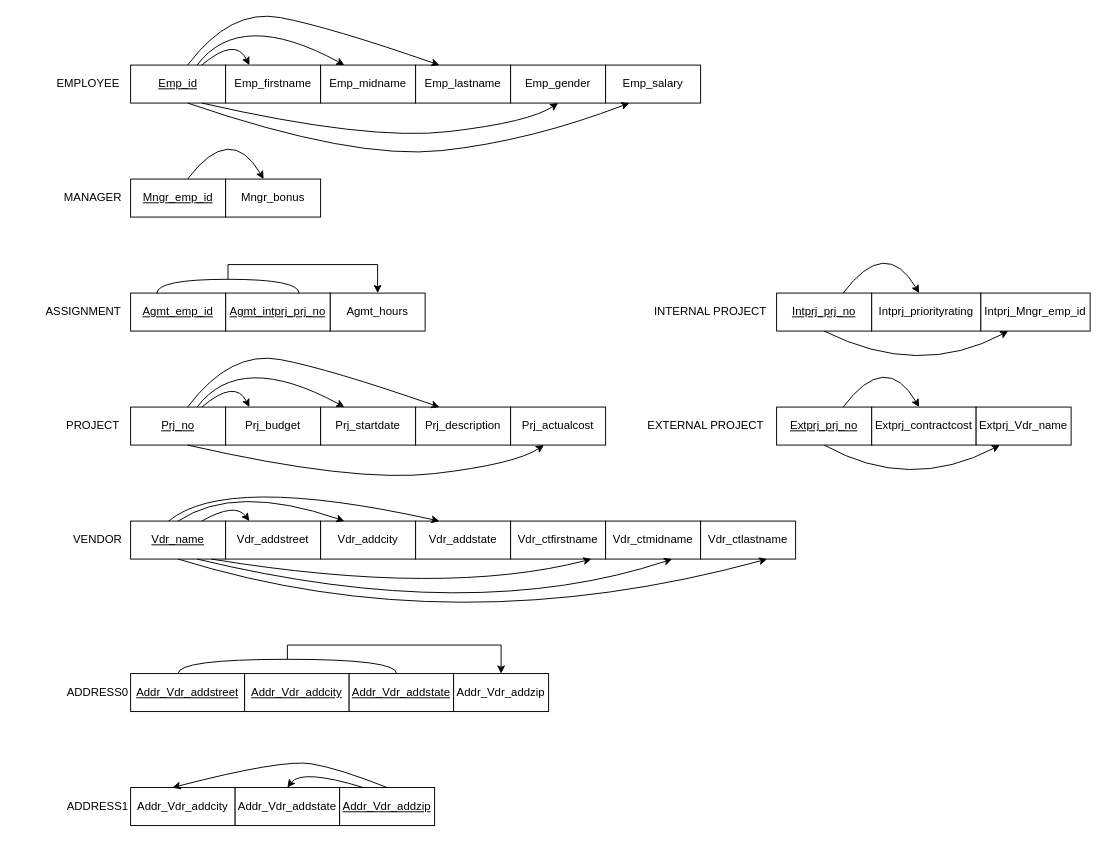
Earlier version of the draw.io diagram dd_v1.drawio (LarryChenCode/IS7020_diagrams). Source tidied: cells renumbered, new cells numbered last; positions are measured from the earlier drawing's top-left corner, leaving out a move shared by most shapes. Both pictures are drawn from the tidied source at 95%, with x=0, y=0 at pixel (35, 8).
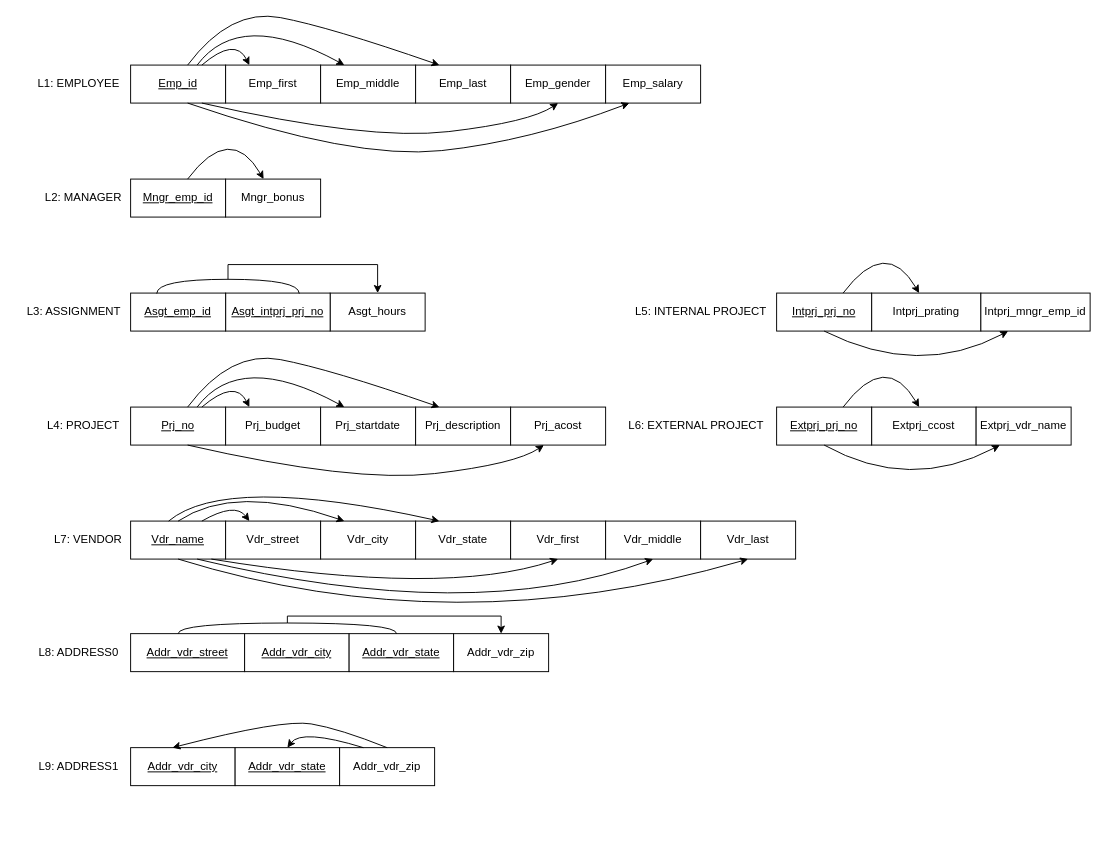
The same page after the edit.

Diff of the diagram source:
```diff
@@
-    <mxCell id="2" value="EMPLOYEE" style="text;html=1;align=center;verticalAlign=middle;strokeColor=none;fillColor=none;" parent="1" vertex="1">
-      <mxGeometry x="10" y="65" width="90" height="30" as="geometry" />
+    <mxCell id="2" value="L1: EMPLOYEE" style="text;html=1;align=center;verticalAlign=middle;strokeColor=none;fillColor=none;" parent="1" vertex="1">
+      <mxGeometry x="-10" y="65" width="110" height="30" as="geometry" />
     </mxCell>
@@
-    <mxCell id="4" value="Emp_firstname" style="whiteSpace=wrap;html=1;align=center;" parent="1" vertex="1">
+    <mxCell id="4" value="Emp_first" style="whiteSpace=wrap;html=1;align=center;" parent="1" vertex="1">
       <mxGeometry x="200" y="60" width="100" height="40" as="geometry" />
     </mxCell>
-    <mxCell id="5" value="Emp_midname" style="whiteSpace=wrap;html=1;align=center;" parent="1" vertex="1">
+    <mxCell id="5" value="Emp_middle" style="whiteSpace=wrap;html=1;align=center;" parent="1" vertex="1">
       <mxGeometry x="300" y="60" width="100" height="40" as="geometry" />
     </mxCell>
-    <mxCell id="6" value="Emp_lastname" style="whiteSpace=wrap;html=1;align=center;" parent="1" vertex="1">
+    <mxCell id="6" value="Emp_last" style="whiteSpace=wrap;html=1;align=center;" parent="1" vertex="1">
       <mxGeometry x="400" y="60" width="100" height="40" as="geometry" />
     </mxCell>
-    <mxCell id="7" value="MANAGER" style="text;html=1;align=center;verticalAlign=middle;strokeColor=none;fillColor=none;" parent="1" vertex="1">
-      <mxGeometry x="20" y="185" width="80" height="30" as="geometry" />
+    <mxCell id="7" value="L2: MANAGER" style="text;html=1;align=center;verticalAlign=middle;strokeColor=none;fillColor=none;" parent="1" vertex="1">
+      <mxGeometry y="185" width="100" height="30" as="geometry" />
     </mxCell>
@@
-    <mxCell id="10" value="ASSIGNMENT" style="text;html=1;align=center;verticalAlign=middle;strokeColor=none;fillColor=none;" parent="1" vertex="1">
-      <mxGeometry y="305" width="100" height="30" as="geometry" />
+    <mxCell id="10" value="L3: ASSIGNMENT" style="text;html=1;align=center;verticalAlign=middle;strokeColor=none;fillColor=none;" parent="1" vertex="1">
+      <mxGeometry x="-20" y="305" width="120" height="30" as="geometry" />
     </mxCell>
-    <mxCell id="11" value="Agmt_hours" style="whiteSpace=wrap;html=1;align=center;" parent="1" vertex="1">
+    <mxCell id="11" value="Asgt_hours" style="whiteSpace=wrap;html=1;align=center;" parent="1" vertex="1">
       <mxGeometry x="310" y="300" width="100" height="40" as="geometry" />
     </mxCell>
@@
-    <mxCell id="14" value="INTERNAL PROJECT" style="text;html=1;align=center;verticalAlign=middle;strokeColor=none;fillColor=none;" parent="1" vertex="1">
-      <mxGeometry x="640" y="305" width="140" height="30" as="geometry" />
+    <mxCell id="14" value="L5: INTERNAL PROJECT" style="text;html=1;align=center;verticalAlign=middle;strokeColor=none;fillColor=none;" parent="1" vertex="1">
+      <mxGeometry x="620" y="305" width="160" height="30" as="geometry" />
     </mxCell>
-    <mxCell id="15" value="Intprj_priorityrating" style="whiteSpace=wrap;html=1;align=center;" parent="1" vertex="1">
+    <mxCell id="15" value="Intprj_prating" style="whiteSpace=wrap;html=1;align=center;" parent="1" vertex="1">
       <mxGeometry x="880" y="300" width="115" height="40" as="geometry" />
     </mxCell>
-    <mxCell id="16" value="EXTERNAL PROJECT" style="text;html=1;align=center;verticalAlign=middle;strokeColor=none;fillColor=none;" parent="1" vertex="1">
-      <mxGeometry x="630" y="425" width="150" height="30" as="geometry" />
+    <mxCell id="16" value="L6: EXTERNAL PROJECT" style="text;html=1;align=center;verticalAlign=middle;strokeColor=none;fillColor=none;" parent="1" vertex="1">
+      <mxGeometry x="610" y="425" width="170" height="30" as="geometry" />
     </mxCell>
-    <mxCell id="17" value="Extprj_contractcost" style="whiteSpace=wrap;html=1;align=center;" parent="1" vertex="1">
+    <mxCell id="17" value="Extprj_ccost" style="whiteSpace=wrap;html=1;align=center;" parent="1" vertex="1">
       <mxGeometry x="880" y="420" width="110" height="40" as="geometry" />
     </mxCell>
-    <mxCell id="18" value="PROJECT" style="text;html=1;align=center;verticalAlign=middle;strokeColor=none;fillColor=none;" parent="1" vertex="1">
-      <mxGeometry x="20" y="425" width="80" height="30" as="geometry" />
+    <mxCell id="18" value="L4: PROJECT" style="text;html=1;align=center;verticalAlign=middle;strokeColor=none;fillColor=none;" parent="1" vertex="1">
+      <mxGeometry y="425" width="100" height="30" as="geometry" />
     </mxCell>
@@
-    <mxCell id="23" value="Prj_actualcost" style="whiteSpace=wrap;html=1;align=center;" parent="1" vertex="1">
+    <mxCell id="23" value="Prj_acost" style="whiteSpace=wrap;html=1;align=center;" parent="1" vertex="1">
       <mxGeometry x="500" y="420" width="100" height="40" as="geometry" />
     </mxCell>
@@
-    <mxCell id="26" value="&lt;u&gt;Agmt_intprj_prj_no&lt;/u&gt;" style="whiteSpace=wrap;html=1;align=center;" parent="1" vertex="1">
+    <mxCell id="26" value="&lt;u&gt;Asgt_intprj_prj_no&lt;/u&gt;" style="whiteSpace=wrap;html=1;align=center;" parent="1" vertex="1">
       <mxGeometry x="200" y="300" width="110" height="40" as="geometry" />
     </mxCell>
-    <mxCell id="27" value="&lt;u&gt;Agmt_emp_id&lt;/u&gt;" style="whiteSpace=wrap;html=1;align=center;" parent="1" vertex="1">
+    <mxCell id="27" value="&lt;u&gt;Asgt_emp_id&lt;/u&gt;" style="whiteSpace=wrap;html=1;align=center;" parent="1" vertex="1">
       <mxGeometry x="100" y="300" width="100" height="40" as="geometry" />
     </mxCell>
-    <mxCell id="28" value="VENDOR" style="text;html=1;align=center;verticalAlign=middle;strokeColor=none;fillColor=none;" parent="1" vertex="1">
-      <mxGeometry x="30" y="545" width="70" height="30" as="geometry" />
+    <mxCell id="28" value="L7: VENDOR" style="text;html=1;align=center;verticalAlign=middle;strokeColor=none;fillColor=none;" parent="1" vertex="1">
+      <mxGeometry x="10" y="545" width="90" height="30" as="geometry" />
     </mxCell>
@@
-    <mxCell id="30" value="Vdr_addstreet" style="whiteSpace=wrap;html=1;align=center;" parent="1" vertex="1">
+    <mxCell id="30" value="Vdr_street" style="whiteSpace=wrap;html=1;align=center;" parent="1" vertex="1">
       <mxGeometry x="200" y="540" width="100" height="40" as="geometry" />
     </mxCell>
-    <mxCell id="31" value="Vdr_addcity" style="whiteSpace=wrap;html=1;align=center;" parent="1" vertex="1">
+    <mxCell id="31" value="Vdr_city" style="whiteSpace=wrap;html=1;align=center;" parent="1" vertex="1">
       <mxGeometry x="300" y="540" width="100" height="40" as="geometry" />
     </mxCell>
-    <mxCell id="32" value="Vdr_addstate" style="whiteSpace=wrap;html=1;align=center;" parent="1" vertex="1">
+    <mxCell id="32" value="Vdr_state" style="whiteSpace=wrap;html=1;align=center;" parent="1" vertex="1">
       <mxGeometry x="400" y="540" width="100" height="40" as="geometry" />
     </mxCell>
-    <mxCell id="33" value="Vdr_ctfirstname" style="whiteSpace=wrap;html=1;align=center;" parent="1" vertex="1">
+    <mxCell id="33" value="Vdr_first" style="whiteSpace=wrap;html=1;align=center;" parent="1" vertex="1">
       <mxGeometry x="500" y="540" width="100" height="40" as="geometry" />
     </mxCell>
-    <mxCell id="34" value="Vdr_ctmidname" style="whiteSpace=wrap;html=1;align=center;" parent="1" vertex="1">
+    <mxCell id="34" value="Vdr_middle" style="whiteSpace=wrap;html=1;align=center;" parent="1" vertex="1">
       <mxGeometry x="600" y="540" width="100" height="40" as="geometry" />
     </mxCell>
-    <mxCell id="35" value="Vdr_ctlastname" style="whiteSpace=wrap;html=1;align=center;" parent="1" vertex="1">
+    <mxCell id="35" value="Vdr_last" style="whiteSpace=wrap;html=1;align=center;" parent="1" vertex="1">
       <mxGeometry x="700" y="540" width="100" height="40" as="geometry" />
     </mxCell>
@@
-    <mxCell id="51" style="curved=1;endArrow=classic;html=1;rounded=0;entryX=0.75;entryY=1;entryDx=0;entryDy=0;exitX=0.75;exitY=1;exitDx=0;exitDy=0;" parent="1" edge="1">
+    <mxCell id="51" style="curved=1;endArrow=classic;html=1;rounded=0;entryX=0.5;entryY=1;entryDx=0;entryDy=0;exitX=0.75;exitY=1;exitDx=0;exitDy=0;" parent="1" edge="1" target="33">
       <mxGeometry relative="1" as="geometry">
         <mxPoint x="185" y="580" as="sourcePoint" />
-        <mxPoint x="585" y="580" as="targetPoint" />
         <Array as="points">
           <mxPoint x="430" y="620" />
         </Array>
       </mxGeometry>
     </mxCell>
-    <mxCell id="52" style="curved=1;endArrow=classic;html=1;rounded=0;entryX=0.5;entryY=1;entryDx=0;entryDy=0;exitX=0.5;exitY=1;exitDx=0;exitDy=0;" parent="1" edge="1">
+    <mxCell id="52" style="curved=1;endArrow=classic;html=1;rounded=0;entryX=0.5;entryY=1;entryDx=0;entryDy=0;exitX=0.5;exitY=1;exitDx=0;exitDy=0;" parent="1" edge="1" target="34">
       <mxGeometry relative="1" as="geometry">
         <mxPoint x="170" y="580" as="sourcePoint" />
-        <mxPoint x="670" y="580" as="targetPoint" />
         <Array as="points">
           <mxPoint x="460" y="650" />
         </Array>
       </mxGeometry>
     </mxCell>
-    <mxCell id="53" style="curved=1;endArrow=classic;html=1;rounded=0;entryX=0.5;entryY=1;entryDx=0;entryDy=0;exitX=0.5;exitY=1;exitDx=0;exitDy=0;" parent="1" edge="1">
+    <mxCell id="53" style="curved=1;endArrow=classic;html=1;rounded=0;entryX=0.5;entryY=1;entryDx=0;entryDy=0;exitX=0.5;exitY=1;exitDx=0;exitDy=0;" parent="1" edge="1" target="35">
       <mxGeometry relative="1" as="geometry">
         <mxPoint x="150" y="580" as="sourcePoint" />
-        <mxPoint x="770" y="580" as="targetPoint" />
         <Array as="points">
           <mxPoint x="440" y="670" />
         </Array>
       </mxGeometry>
     </mxCell>
-    <mxCell id="54" value="ADDRESS1" style="text;html=1;align=center;verticalAlign=middle;strokeColor=none;fillColor=none;" parent="1" vertex="1">
-      <mxGeometry x="20" y="825.5" width="90" height="30" as="geometry" />
+    <mxCell id="54" value="L9: ADDRESS1" style="text;html=1;align=center;verticalAlign=middle;strokeColor=none;fillColor=none;" parent="1" vertex="1">
+      <mxGeometry x="-10" y="783.5" width="110" height="30" as="geometry" />
     </mxCell>
-    <mxCell id="55" value="Addr_Vdr_addcity" style="whiteSpace=wrap;html=1;align=center;" parent="1" vertex="1">
-      <mxGeometry x="100" y="820.5" width="110" height="40" as="geometry" />
+    <mxCell id="55" value="&lt;u&gt;Addr_vdr_city&lt;/u&gt;" style="whiteSpace=wrap;html=1;align=center;" parent="1" vertex="1">
+      <mxGeometry x="100" y="778.5" width="110" height="40" as="geometry" />
     </mxCell>
-    <mxCell id="56" value="Addr_Vdr_addstate" style="whiteSpace=wrap;html=1;align=center;" parent="1" vertex="1">
-      <mxGeometry x="210" y="820.5" width="110" height="40" as="geometry" />
+    <mxCell id="56" value="&lt;u&gt;Addr_vdr_state&lt;/u&gt;" style="whiteSpace=wrap;html=1;align=center;" parent="1" vertex="1">
+      <mxGeometry x="210" y="778.5" width="110" height="40" as="geometry" />
     </mxCell>
-    <mxCell id="57" value="&lt;u&gt;Addr_Vdr_addzip&lt;/u&gt;" style="whiteSpace=wrap;html=1;align=center;" parent="1" vertex="1">
-      <mxGeometry x="320" y="820.5" width="100" height="40" as="geometry" />
+    <mxCell id="57" value="Addr_vdr_zip" style="whiteSpace=wrap;html=1;align=center;" parent="1" vertex="1">
+      <mxGeometry x="320" y="778.5" width="100" height="40" as="geometry" />
     </mxCell>
     <mxCell id="58" style="curved=1;endArrow=classic;html=1;rounded=0;exitX=0.5;exitY=0;exitDx=0;exitDy=0;entryX=0.4;entryY=0;entryDx=0;entryDy=0;entryPerimeter=0;" parent="1" edge="1" source="57" target="55">
       <mxGeometry relative="1" as="geometry">
         <Array as="points">
-          <mxPoint x="320" y="800.5" />
-          <mxPoint x="260" y="790.5" />
+          <mxPoint x="320" y="758.5" />
+          <mxPoint x="260" y="748.5" />
         </Array>
       </mxGeometry>
     </mxCell>
     <mxCell id="59" style="curved=1;endArrow=classic;html=1;rounded=0;exitX=0.25;exitY=0;exitDx=0;exitDy=0;entryX=0.5;entryY=0;entryDx=0;entryDy=0;" parent="1" edge="1" source="57" target="56">
       <mxGeometry relative="1" as="geometry">
         <Array as="points">
-          <mxPoint x="280" y="800.5" />
+          <mxPoint x="280" y="758.5" />
         </Array>
       </mxGeometry>
     </mxCell>
-    <mxCell id="60" value="ADDRESS0" style="text;html=1;align=center;verticalAlign=middle;strokeColor=none;fillColor=none;" parent="1" vertex="1">
-      <mxGeometry x="20" y="705.5" width="90" height="30" as="geometry" />
+    <mxCell id="60" value="L8: ADDRESS0" style="text;html=1;align=center;verticalAlign=middle;strokeColor=none;fillColor=none;" parent="1" vertex="1">
+      <mxGeometry x="-10" y="663.5" width="110" height="30" as="geometry" />
     </mxCell>
-    <mxCell id="61" value="&lt;u&gt;Addr_Vdr_addstreet&lt;/u&gt;" style="whiteSpace=wrap;html=1;align=center;" parent="1" vertex="1">
-      <mxGeometry x="100" y="700.5" width="120" height="40" as="geometry" />
+    <mxCell id="61" value="&lt;u&gt;Addr_vdr_street&lt;/u&gt;" style="whiteSpace=wrap;html=1;align=center;" parent="1" vertex="1">
+      <mxGeometry x="100" y="658.5" width="120" height="40" as="geometry" />
     </mxCell>
-    <mxCell id="62" value="&lt;u&gt;Addr_Vdr_addcity&lt;/u&gt;" style="whiteSpace=wrap;html=1;align=center;" parent="1" vertex="1">
-      <mxGeometry x="220" y="700.5" width="110" height="40" as="geometry" />
+    <mxCell id="62" value="&lt;u&gt;Addr_vdr_city&lt;/u&gt;" style="whiteSpace=wrap;html=1;align=center;" parent="1" vertex="1">
+      <mxGeometry x="220" y="658.5" width="110" height="40" as="geometry" />
     </mxCell>
-    <mxCell id="63" value="&lt;u&gt;Addr_Vdr_addstate&lt;/u&gt;" style="whiteSpace=wrap;html=1;align=center;" parent="1" vertex="1">
-      <mxGeometry x="330" y="700.5" width="110" height="40" as="geometry" />
+    <mxCell id="63" value="&lt;u&gt;Addr_vdr_state&lt;/u&gt;" style="whiteSpace=wrap;html=1;align=center;" parent="1" vertex="1">
+      <mxGeometry x="330" y="658.5" width="110" height="40" as="geometry" />
     </mxCell>
-    <mxCell id="64" value="Addr_Vdr_addzip" style="whiteSpace=wrap;html=1;align=center;" parent="1" vertex="1">
-      <mxGeometry x="440" y="700.5" width="100" height="40" as="geometry" />
+    <mxCell id="64" value="Addr_vdr_zip" style="whiteSpace=wrap;html=1;align=center;" parent="1" vertex="1">
+      <mxGeometry x="440" y="658.5" width="100" height="40" as="geometry" />
     </mxCell>
     <mxCell id="65" style="edgeStyle=orthogonalEdgeStyle;rounded=0;jettySize=auto;html=1;exitX=1;exitY=0.5;exitDx=0;exitDy=0;exitPerimeter=0;entryX=0.5;entryY=0;entryDx=0;entryDy=0;" parent="1" edge="1" source="66" target="64">
       <mxGeometry relative="1" as="geometry">
         <Array as="points">
-          <mxPoint x="265" y="670.5" />
-          <mxPoint x="490" y="670.5" />
+          <mxPoint x="265" y="640" />
+          <mxPoint x="490" y="640" />
         </Array>
       </mxGeometry>
     </mxCell>
     <mxCell id="66" style="shape=requiredInterface;html=1;verticalLabelPosition=bottom;sketch=0;rotation=-90;" parent="1" vertex="1">
-      <mxGeometry x="257.5" y="578" width="15" height="230" as="geometry" />
+      <mxGeometry x="259.4" y="537.9" width="11.2" height="230" as="geometry" />
     </mxCell>
@@
-    <mxCell id="69" value="Extprj_Vdr_name" style="whiteSpace=wrap;html=1;align=center;" parent="1" vertex="1">
+    <mxCell id="69" value="Extprj_vdr_name" style="whiteSpace=wrap;html=1;align=center;" parent="1" vertex="1">
       <mxGeometry x="990" y="420" width="100" height="40" as="geometry" />
     </mxCell>
@@
-    <mxCell id="71" value="Intprj_Mngr_emp_id" style="whiteSpace=wrap;html=1;align=center;" parent="1" vertex="1">
+    <mxCell id="71" value="Intprj_mngr_emp_id" style="whiteSpace=wrap;html=1;align=center;" parent="1" vertex="1">
       <mxGeometry x="995" y="300" width="115" height="40" as="geometry" />
     </mxCell>
```
